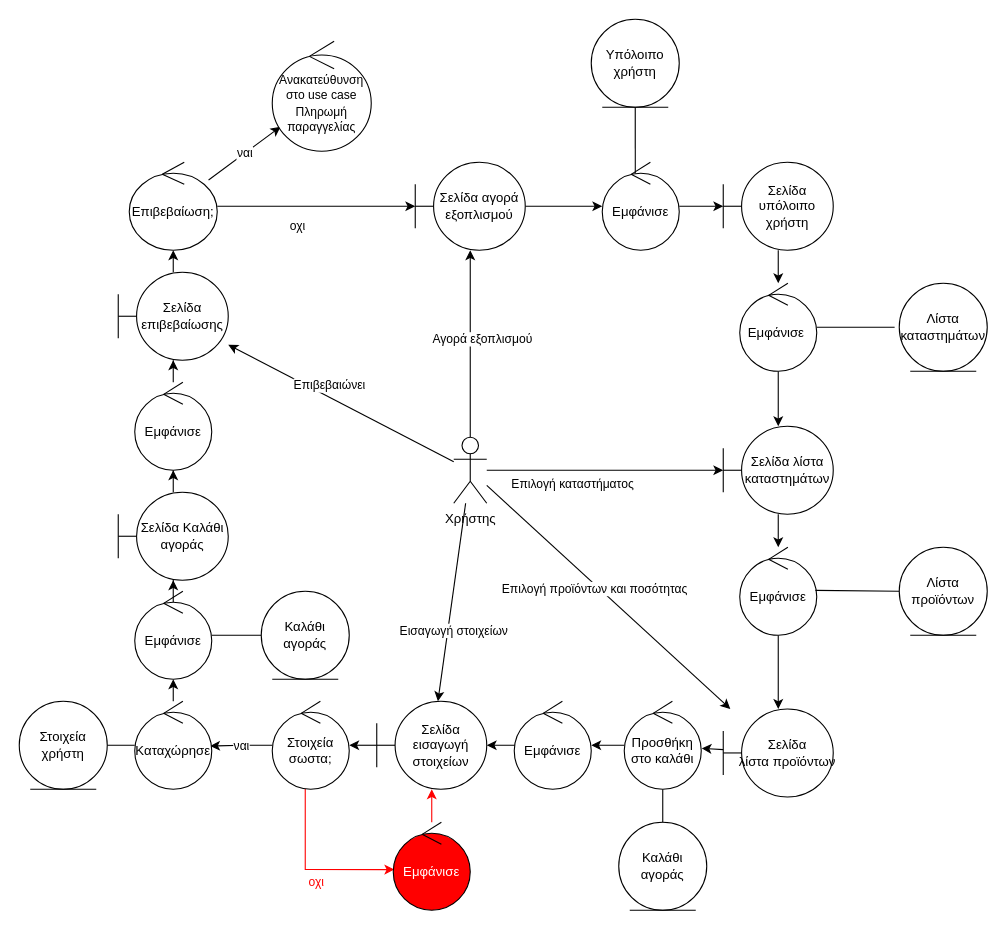
The draw.io diagram ΤΕΤΑΡΤΟ ΠΑΡΑΔΟΤΕΟ/Διορθώσεις προηγούμενων παραδοτέων/Καινούργια robustness/rd_αγορά_επαγγελματικού_εξοπλισμού_v0.2.drawio in Dionkaps/Eu-Zin, before the edit. Source tidied: cells renumbered, new cells numbered last; positions are measured from the earlier drawing's top-left corner, leaving out a move shared by most shapes. Both pictures are drawn from the tidied source at 110%, with x=0, y=0 at pixel (19, 19).
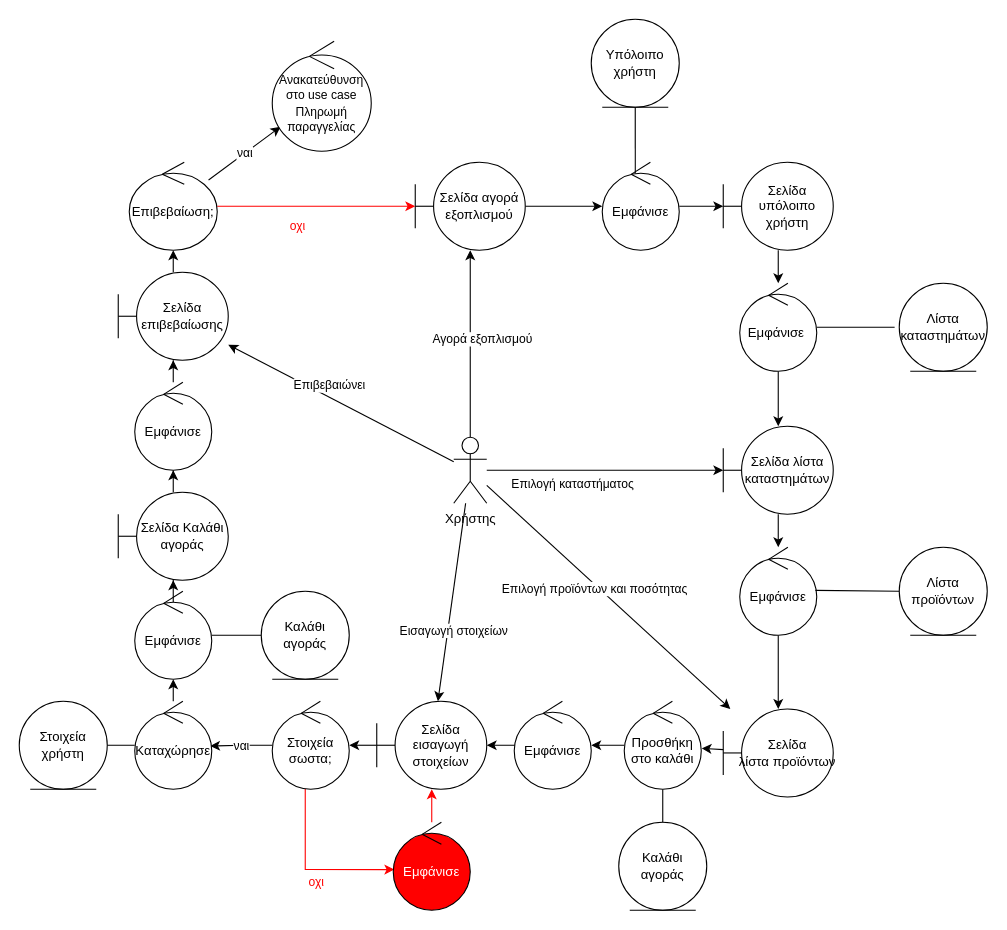
The same page after the edit.

Commit message:
παρε bill

Unchanged cells that the change refers to:
```xml
<mxCell id="14" value="&lt;font&gt;Σελίδα αγορά εξοπλισμού&lt;/font&gt;" style="shape=umlBoundary;whiteSpace=wrap;html=1;strokeColor=#000000;fontColor=#000000;" parent="1" vertex="1">
  <mxGeometry x="360" y="130" width="100" height="80" as="geometry" />
</mxCell>
<mxCell id="43" value="&lt;font&gt;Επιβεβαίωση;&lt;/font&gt;" style="ellipse;shape=umlControl;whiteSpace=wrap;html=1;strokeColor=#000000;fontColor=#000000;" parent="1" vertex="1">
  <mxGeometry x="100" y="130" width="80" height="80" as="geometry" />
</mxCell>
```

What changed in the source:
```diff
@@
-    <mxCell id="39" style="edgeStyle=none;rounded=0;jettySize=auto;html=1;fontColor=#000000;strokeColor=#000000;" parent="1" edge="1" source="43" target="14">
+    <mxCell id="39" style="edgeStyle=none;rounded=0;jettySize=auto;html=1;fontColor=#000000;strokeColor=#FF0000;" parent="1" edge="1" source="43" target="14">
       <mxGeometry relative="1" as="geometry" />
     </mxCell>
-    <mxCell id="40" value="οχι" style="edgeLabel;html=1;align=center;verticalAlign=middle;fontColor=#000000;" parent="39" vertex="1">
+    <mxCell id="40" value="οχι" style="edgeLabel;html=1;align=center;verticalAlign=middle;fontColor=#FF0000;" parent="39" vertex="1">
       <mxGeometry x="-0.21" relative="1" as="geometry">
         <mxPoint x="1" y="17" as="offset" />
       </mxGeometry>
     </mxCell>
```
